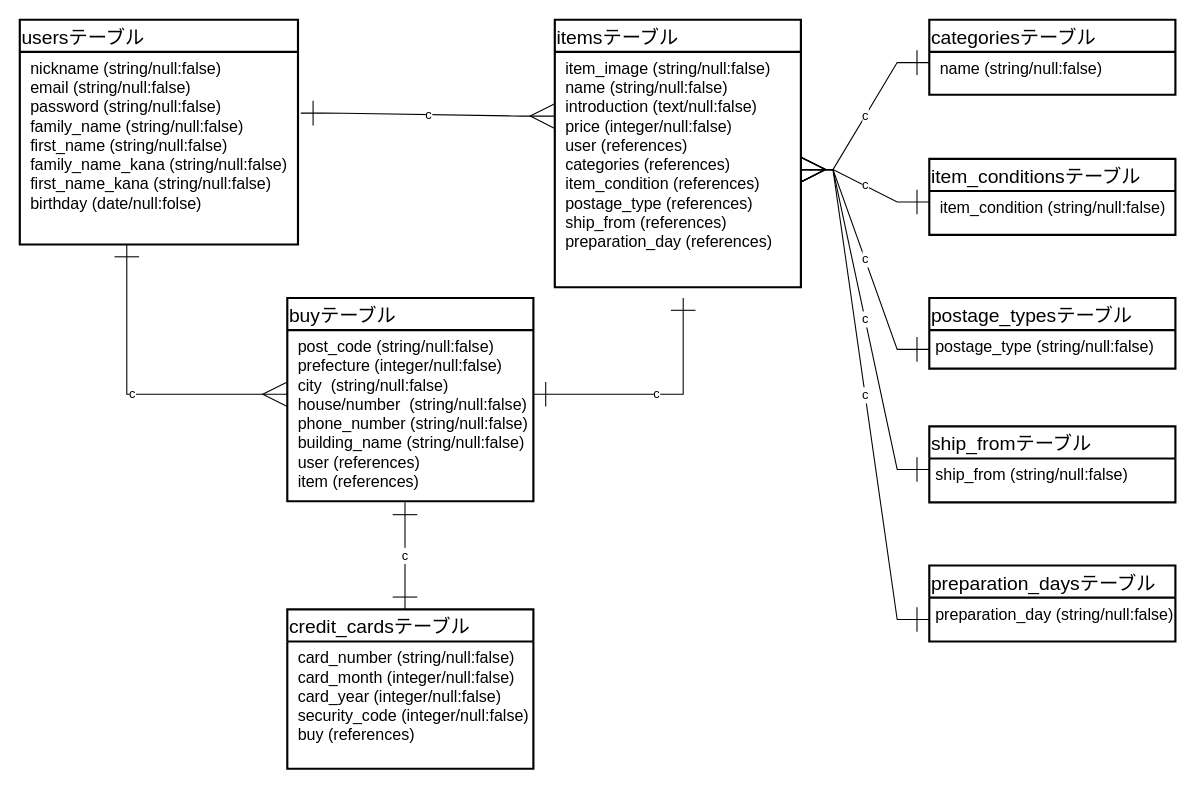
The draw.io diagram furima.dio in JuntOta/furima-35409, before the edit. Source tidied: cells renumbered, new cells numbered last; positions are measured from the earlier drawing's top-left corner, leaving out a move shared by most shapes. Both pictures are drawn from the tidied source at 107%, with x=0, y=0 at pixel (19, 19).
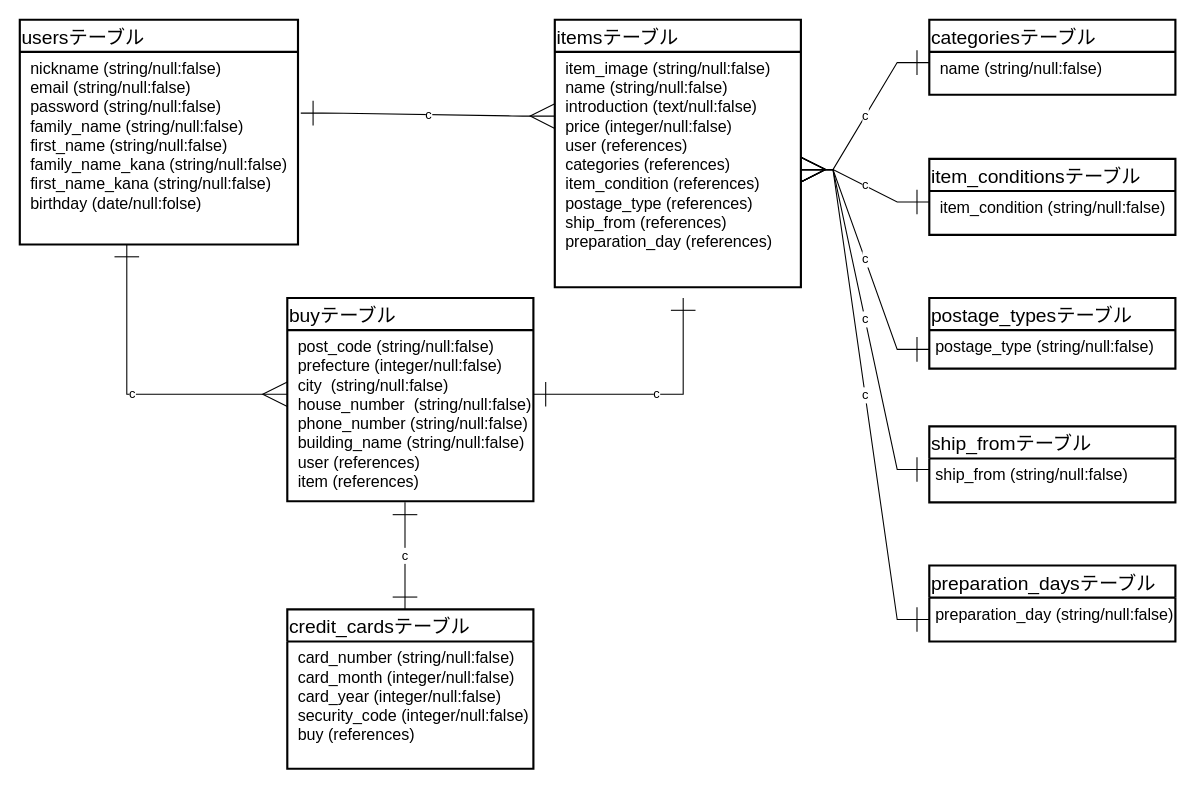
After the change.

Unchanged cells that the change refers to:
```xml
<mxCell id="12" value="buyテーブル" style="swimlane;horizontal=1;startSize=30;rounded=0;fontSize=18;fontStyle=0;strokeWidth=2;shadow=0;dashed=0;align=left;" parent="1" vertex="1">
  <mxGeometry x="250" y="260" width="230" height="190" as="geometry" />
</mxCell>
```

Change to the diagram source:
```diff
@@
-    <mxCell id="13" value=" post_code (string/null:false)&#10; prefecture (integer/null:false)&#10; city  (string/null:false)&#10; house/number  (string/null:false)&#10; phone_number (string/null:false)&#10; building_name (string/null:false)&#10; user (references)&#10; item (references)" style="align=left;strokeColor=none;fillColor=none;spacingLeft=4;fontSize=15;verticalAlign=top;" parent="12" vertex="1">
+    <mxCell id="13" value=" post_code (string/null:false)&#10; prefecture (integer/null:false)&#10; city  (string/null:false)&#10; house_number  (string/null:false)&#10; phone_number (string/null:false)&#10; building_name (string/null:false)&#10; user (references)&#10; item (references)" style="align=left;strokeColor=none;fillColor=none;spacingLeft=4;fontSize=15;verticalAlign=top;" parent="12" vertex="1">
       <mxGeometry y="30" width="230" height="160" as="geometry" />
     </mxCell>
```
